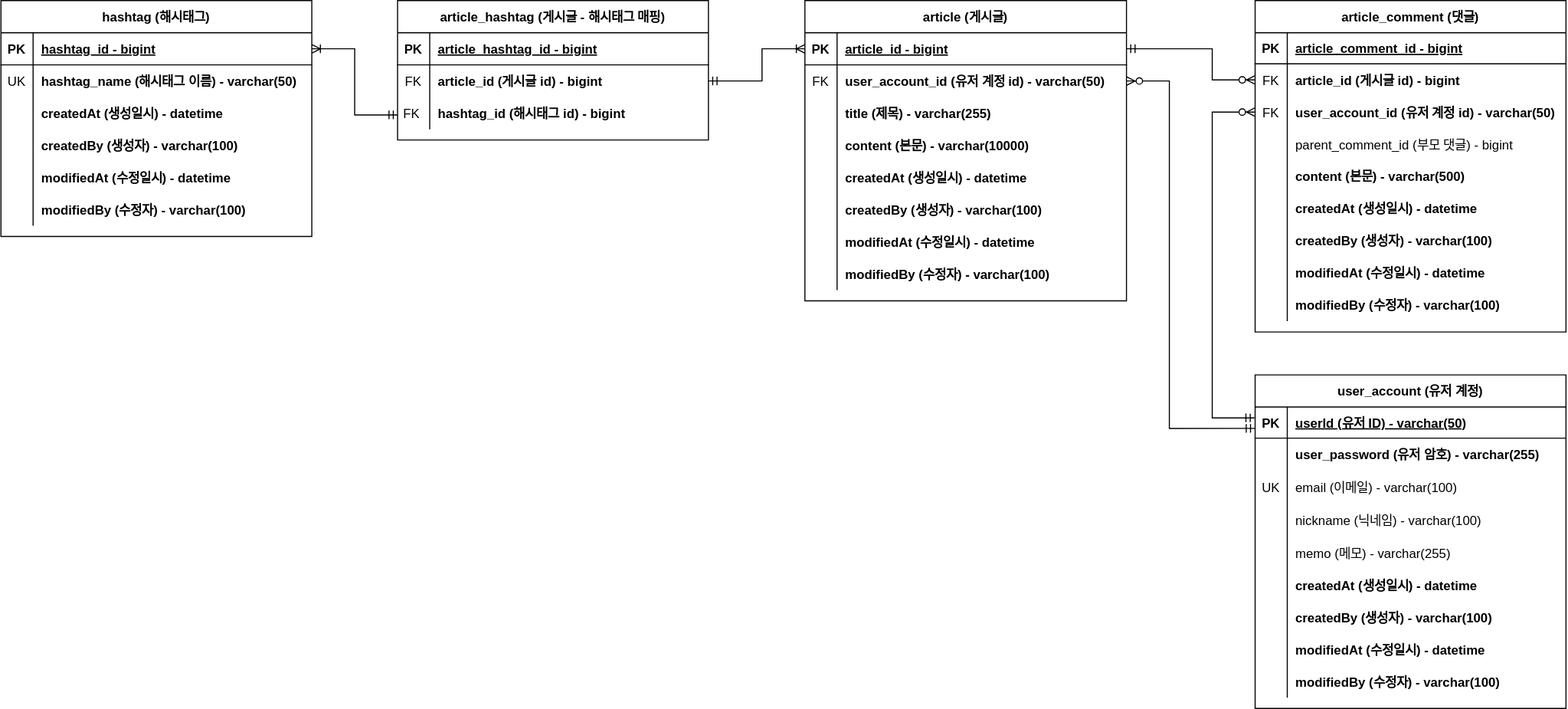
JadeKim042386/project-board keeps this draw.io diagram as doc/project-board-erd.svg. Above is the earlier version. Source tidied: cells renumbered, new cells last; positions are measured from the earlier drawing's top-left corner, leaving out a move shared by most shapes.
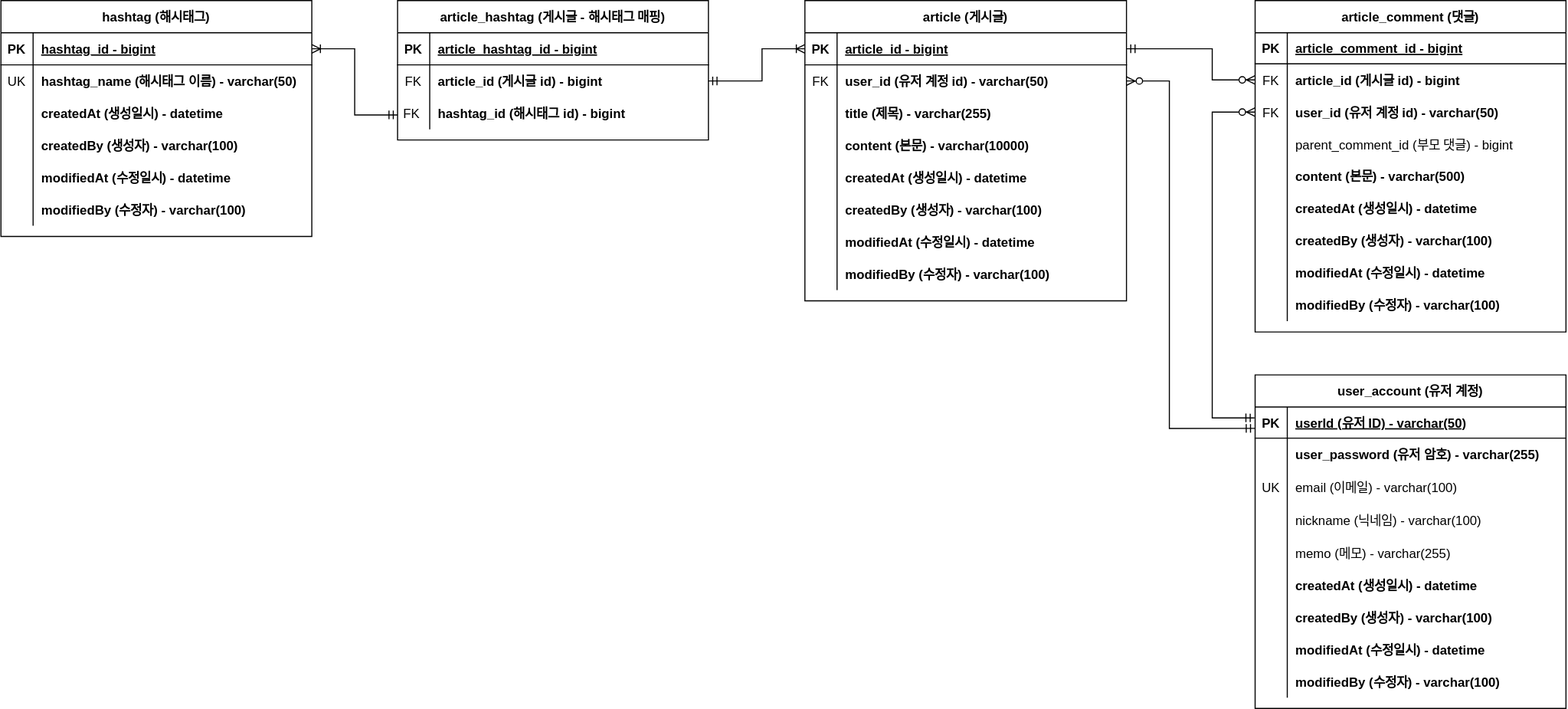
Above is the later version.

Commit message:
doc: ERD 업데이트: user_account_id -> user_id #61

What changed in the source:
```diff
@@ -20,7 +20,7 @@
     <mxCell id="7" value="FK" style="shape=partialRectangle;overflow=hidden;fillColor=none;top=0;left=0;bottom=0;right=0;" parent="6" vertex="1">
       <mxGeometry width="30" height="30" as="geometry" />
     </mxCell>
-    <mxCell id="8" value="user_account_id (유저 계정 id) - varchar(50)" style="shape=partialRectangle;overflow=hidden;fillColor=none;top=0;left=0;bottom=0;right=0;align=left;spacingLeft=6;fontStyle=1;" parent="6" vertex="1">
+    <mxCell id="8" value="user_id (유저 계정 id) - varchar(50)" style="shape=partialRectangle;overflow=hidden;fillColor=none;top=0;left=0;bottom=0;right=0;align=left;spacingLeft=6;fontStyle=1;" parent="6" vertex="1">
       <mxGeometry x="30" width="270" height="30" as="geometry" />
     </mxCell>
     <mxCell id="9" style="shape=partialRectangle;fillColor=none;top=0;left=0;right=0;bottom=0;" parent="2" vertex="1">
@@ -104,7 +104,7 @@
     <mxCell id="35" value="FK" style="shape=partialRectangle;overflow=hidden;fillColor=none;top=0;left=0;bottom=0;right=0;" parent="34" vertex="1">
       <mxGeometry width="30" height="30" as="geometry" />
     </mxCell>
-    <mxCell id="36" value="user_account_id (유저 계정 id) - varchar(50)" style="shape=partialRectangle;overflow=hidden;fillColor=none;top=0;left=0;bottom=0;right=0;align=left;spacingLeft=6;fontStyle=1;" parent="34" vertex="1">
+    <mxCell id="36" value="user_id (유저 계정 id) - varchar(50)" style="shape=partialRectangle;overflow=hidden;fillColor=none;top=0;left=0;bottom=0;right=0;align=left;spacingLeft=6;fontStyle=1;" parent="34" vertex="1">
       <mxGeometry x="30" width="260" height="30" as="geometry" />
     </mxCell>
     <mxCell id="37" style="shape=partialRectangle;fillColor=none;top=0;left=0;right=0;bottom=0;" parent="27" vertex="1">
```
